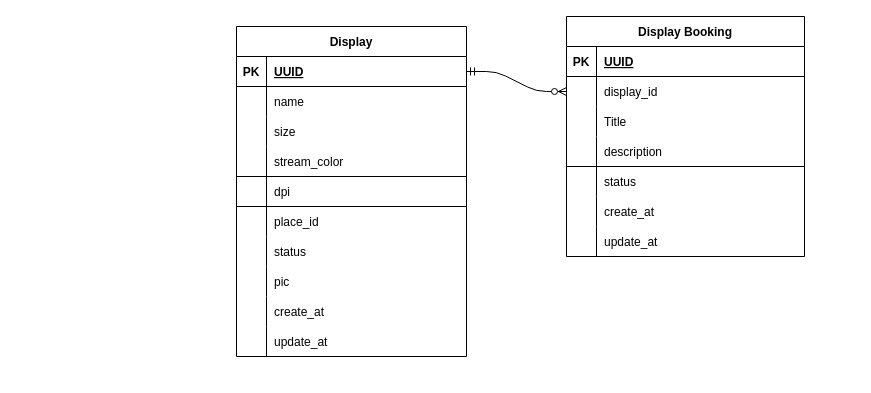
Above: display_er_model.drawio in monosparta/borrow_meetingroom_display (draw.io), before the change. Source tidied: cells renumbered, new cells numbered last; positions are measured from the earlier drawing's top-left corner, leaving out a move shared by most shapes. Both pictures are drawn from the tidied source at 100%, with x=0, y=0 at pixel (236, 16).
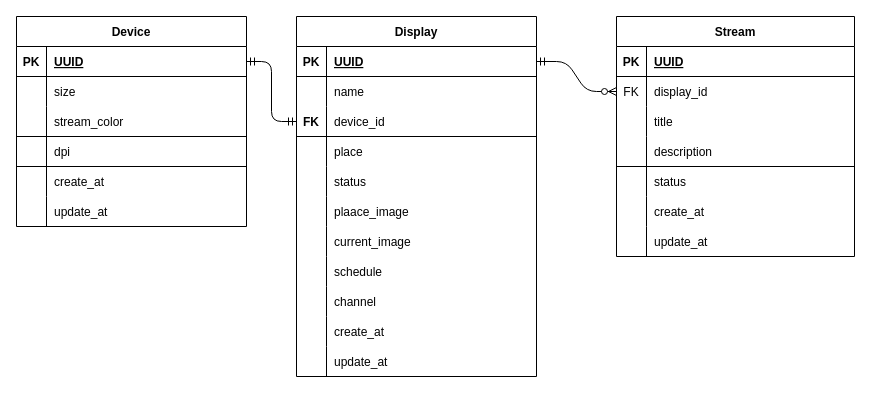
Above is the later version.

Commit message:
fix: 調整er_model

Unchanged cells that the change refers to:
```xml
<mxCell id="6" style="shape=tableRow;horizontal=0;startSize=0;swimlaneHead=0;swimlaneBody=0;fillColor=none;points=[[0,0.5],[1,0.5]];portConstraint=eastwest;top=0;left=0;right=0;bottom=0;fontColor=default;" parent="2" vertex="1">
  <mxGeometry y="60" width="238" height="30" as="geometry" />
</mxCell>
<mxCell id="9" style="shape=tableRow;horizontal=0;startSize=0;swimlaneHead=0;swimlaneBody=0;fillColor=none;top=0;left=0;right=0;bottom=0;fontColor=default;" parent="2" vertex="1">
  <mxGeometry y="90" width="238" height="30" as="geometry" />
</mxCell>
```

Change to the diagram source:
```diff
@@
-    <mxCell id="2" value="Display Booking" style="shape=table;startSize=30;childLayout=tableLayout;rowLines=0;fontStyle=1;align=center;fontColor=default;" parent="1" vertex="1">
-      <mxGeometry x="330" width="238" height="240" as="geometry" />
+    <mxCell id="2" value="Stream" style="shape=table;startSize=30;childLayout=tableLayout;rowLines=0;fontStyle=1;align=center;fontColor=default;" parent="1" vertex="1">
+      <mxGeometry x="380" width="238" height="240" as="geometry" />
     </mxCell>
@@
-    <mxCell id="7" style="shape=partialRectangle;fillColor=none;top=0;left=0;bottom=0;right=0;overflow=hidden;fontColor=default;" parent="6" vertex="1">
+    <mxCell id="7" value="FK" style="shape=partialRectangle;fillColor=none;top=0;left=0;bottom=0;right=0;overflow=hidden;fontColor=default;" parent="6" vertex="1">
       <mxGeometry width="30" height="30" as="geometry" />
     </mxCell>
@@
-    <mxCell id="11" value="Title" style="shape=partialRectangle;fillColor=none;top=0;left=0;bottom=0;right=0;align=left;spacingLeft=6;overflow=hidden;fontColor=default;" parent="9" vertex="1">
+    <mxCell id="11" value="title" style="shape=partialRectangle;fillColor=none;top=0;left=0;bottom=0;right=0;align=left;spacingLeft=6;overflow=hidden;fontColor=default;" parent="9" vertex="1">
       <mxGeometry x="30" width="208" height="30" as="geometry" />
     </mxCell>
@@
     <mxCell id="24" value="Display" style="shape=table;startSize=30;childLayout=tableLayout;rowLines=0;fontStyle=1;align=center;fontColor=default;" parent="1" vertex="1">
-      <mxGeometry y="10" width="230" height="330" as="geometry" />
+      <mxGeometry x="60" width="240" height="360" as="geometry" />
     </mxCell>
     <mxCell id="25" style="shape=tableRow;horizontal=0;startSize=0;swimlaneHead=0;swimlaneBody=0;fillColor=none;points=[[0,0.5],[1,0.5]];portConstraint=eastwest;top=0;left=0;right=0;bottom=1;fontColor=default;" parent="24" vertex="1">
-      <mxGeometry y="30" width="230" height="30" as="geometry" />
+      <mxGeometry y="30" width="240" height="30" as="geometry" />
     </mxCell>
@@
     <mxCell id="27" value="UUID" style="shape=partialRectangle;fillColor=none;top=0;left=0;bottom=0;right=0;align=left;spacingLeft=6;fontStyle=5;overflow=hidden;fontColor=default;" parent="25" vertex="1">
-      <mxGeometry x="30" width="200" height="30" as="geometry" />
+      <mxGeometry x="30" width="210" height="30" as="geometry" />
     </mxCell>
     <mxCell id="28" style="shape=tableRow;horizontal=0;startSize=0;swimlaneHead=0;swimlaneBody=0;fillColor=none;top=0;left=0;right=0;bottom=0;fontColor=default;" parent="24" vertex="1">
-      <mxGeometry y="60" width="230" height="30" as="geometry" />
+      <mxGeometry y="60" width="240" height="30" as="geometry" />
     </mxCell>
@@
     <mxCell id="30" value="name" style="shape=partialRectangle;fillColor=none;top=0;left=0;bottom=0;right=0;align=left;spacingLeft=6;overflow=hidden;fontColor=default;fontStyle=0;" parent="28" vertex="1">
-      <mxGeometry x="30" width="200" height="30" as="geometry" />
+      <mxGeometry x="30" width="210" height="30" as="geometry" />
     </mxCell>
-    <mxCell id="31" style="shape=tableRow;horizontal=0;startSize=0;swimlaneHead=0;swimlaneBody=0;fillColor=none;top=0;left=0;right=0;bottom=0;fontColor=default;" parent="24" vertex="1">
-      <mxGeometry y="90" width="230" height="30" as="geometry" />
-    </mxCell>
-    <mxCell id="32" style="shape=partialRectangle;fillColor=none;top=0;left=0;bottom=0;right=0;overflow=hidden;fontColor=default;" parent="31" vertex="1">
-      <mxGeometry width="30" height="30" as="geometry" />
-    </mxCell>
-    <mxCell id="33" value="size" style="shape=partialRectangle;fillColor=none;top=0;left=0;bottom=0;right=0;align=left;spacingLeft=6;overflow=hidden;fontColor=default;" parent="31" vertex="1">
-      <mxGeometry x="30" width="200" height="30" as="geometry" />
-    </mxCell>
-    <mxCell id="34" style="shape=tableRow;horizontal=0;startSize=0;swimlaneHead=0;swimlaneBody=0;fillColor=none;top=0;left=0;right=0;bottom=1;fontColor=default;" parent="24" vertex="1">
-      <mxGeometry y="120" width="230" height="30" as="geometry" />
-    </mxCell>
-    <mxCell id="35" style="shape=partialRectangle;fillColor=none;top=0;left=0;bottom=0;right=0;fontStyle=1;overflow=hidden;fontColor=default;" parent="34" vertex="1">
-      <mxGeometry width="30" height="30" as="geometry" />
-    </mxCell>
-    <mxCell id="36" value="stream_color" style="shape=partialRectangle;fillColor=none;top=0;left=0;bottom=0;right=0;align=left;spacingLeft=6;fontStyle=0;overflow=hidden;fontColor=default;" parent="34" vertex="1">
-      <mxGeometry x="30" width="200" height="30" as="geometry" />
-    </mxCell>
     <mxCell id="37" style="shape=tableRow;horizontal=0;startSize=0;swimlaneHead=0;swimlaneBody=0;fillColor=none;points=[[0,0.5],[1,0.5]];portConstraint=eastwest;top=0;left=0;right=0;bottom=1;fontColor=default;" parent="24" vertex="1">
-      <mxGeometry y="150" width="230" height="30" as="geometry" />
+      <mxGeometry y="90" width="240" height="30" as="geometry" />
     </mxCell>
-    <mxCell id="38" style="shape=partialRectangle;fillColor=none;top=0;left=0;bottom=0;right=0;fontStyle=1;overflow=hidden;fontColor=default;" parent="37" vertex="1">
+    <mxCell id="38" value="FK" style="shape=partialRectangle;fillColor=none;top=0;left=0;bottom=0;right=0;fontStyle=1;overflow=hidden;fontColor=default;" parent="37" vertex="1">
       <mxGeometry width="30" height="30" as="geometry" />
     </mxCell>
-    <mxCell id="39" value="dpi" style="shape=partialRectangle;fillColor=none;top=0;left=0;bottom=0;right=0;align=left;spacingLeft=6;fontStyle=0;overflow=hidden;fontColor=default;" parent="37" vertex="1">
-      <mxGeometry x="30" width="200" height="30" as="geometry" />
+    <mxCell id="39" value="device_id" style="shape=partialRectangle;fillColor=none;top=0;left=0;bottom=0;right=0;align=left;spacingLeft=6;fontStyle=0;overflow=hidden;fontColor=default;" parent="37" vertex="1">
+      <mxGeometry x="30" width="210" height="30" as="geometry" />
     </mxCell>
     <mxCell id="40" style="shape=tableRow;horizontal=0;startSize=0;swimlaneHead=0;swimlaneBody=0;fillColor=none;top=0;left=0;right=0;bottom=0;fontColor=default;" parent="24" vertex="1">
-      <mxGeometry y="180" width="230" height="30" as="geometry" />
+      <mxGeometry y="120" width="240" height="30" as="geometry" />
     </mxCell>
@@
-    <mxCell id="42" value="place_id" style="shape=partialRectangle;fillColor=none;top=0;left=0;bottom=0;right=0;align=left;spacingLeft=6;overflow=hidden;fontColor=default;" parent="40" vertex="1">
-      <mxGeometry x="30" width="200" height="30" as="geometry" />
+    <mxCell id="42" value="place" style="shape=partialRectangle;fillColor=none;top=0;left=0;bottom=0;right=0;align=left;spacingLeft=6;overflow=hidden;fontColor=default;" parent="40" vertex="1">
+      <mxGeometry x="30" width="210" height="30" as="geometry" />
     </mxCell>
     <mxCell id="43" style="shape=tableRow;horizontal=0;startSize=0;swimlaneHead=0;swimlaneBody=0;fillColor=none;top=0;left=0;right=0;bottom=0;fontColor=default;" parent="24" vertex="1">
-      <mxGeometry y="210" width="230" height="30" as="geometry" />
+      <mxGeometry y="150" width="240" height="30" as="geometry" />
     </mxCell>
@@
     <mxCell id="45" value="status" style="shape=partialRectangle;fillColor=none;top=0;left=0;bottom=0;right=0;align=left;spacingLeft=6;overflow=hidden;strokeColor=#FF0000;fontColor=default;" parent="43" vertex="1">
-      <mxGeometry x="30" width="200" height="30" as="geometry" />
+      <mxGeometry x="30" width="210" height="30" as="geometry" />
     </mxCell>
     <mxCell id="46" style="shape=tableRow;horizontal=0;startSize=0;swimlaneHead=0;swimlaneBody=0;fillColor=none;top=0;left=0;right=0;bottom=0;fontColor=default;" parent="24" vertex="1">
-      <mxGeometry y="240" width="230" height="30" as="geometry" />
+      <mxGeometry y="180" width="240" height="30" as="geometry" />
     </mxCell>
@@
-    <mxCell id="48" value="pic" style="shape=partialRectangle;fillColor=none;top=0;left=0;bottom=0;right=0;align=left;spacingLeft=6;overflow=hidden;strokeColor=#FF0000;fontColor=default;" parent="46" vertex="1">
-      <mxGeometry x="30" width="200" height="30" as="geometry" />
+    <mxCell id="48" value="plaace_image" style="shape=partialRectangle;fillColor=none;top=0;left=0;bottom=0;right=0;align=left;spacingLeft=6;overflow=hidden;strokeColor=#FF0000;fontColor=default;" parent="46" vertex="1">
+      <mxGeometry x="30" width="210" height="30" as="geometry" />
     </mxCell>
+    <mxCell id="56" style="shape=tableRow;horizontal=0;startSize=0;swimlaneHead=0;swimlaneBody=0;fillColor=none;top=0;left=0;right=0;bottom=0;fontColor=default;" parent="24" vertex="1">
+      <mxGeometry y="210" width="240" height="30" as="geometry" />
+    </mxCell>
+    <mxCell id="57" style="shape=partialRectangle;fillColor=none;top=0;left=0;bottom=0;right=0;overflow=hidden;fontColor=default;" parent="56" vertex="1">
+      <mxGeometry width="30" height="30" as="geometry" />
+    </mxCell>
+    <mxCell id="58" value="current_image" style="shape=partialRectangle;fillColor=none;top=0;left=0;bottom=0;right=0;align=left;spacingLeft=6;overflow=hidden;strokeColor=#FF0000;fontColor=default;" parent="56" vertex="1">
+      <mxGeometry x="30" width="210" height="30" as="geometry" />
+    </mxCell>
+    <mxCell id="59" style="shape=tableRow;horizontal=0;startSize=0;swimlaneHead=0;swimlaneBody=0;fillColor=none;top=0;left=0;right=0;bottom=0;fontColor=default;" parent="24" vertex="1">
+      <mxGeometry y="240" width="240" height="30" as="geometry" />
+    </mxCell>
+    <mxCell id="60" style="shape=partialRectangle;fillColor=none;top=0;left=0;bottom=0;right=0;overflow=hidden;fontColor=default;" parent="59" vertex="1">
+      <mxGeometry width="30" height="30" as="geometry" />
+    </mxCell>
+    <mxCell id="61" value="schedule" style="shape=partialRectangle;fillColor=none;top=0;left=0;bottom=0;right=0;align=left;spacingLeft=6;overflow=hidden;strokeColor=#FF0000;fontColor=default;" parent="59" vertex="1">
+      <mxGeometry x="30" width="210" height="30" as="geometry" />
+    </mxCell>
+    <mxCell id="62" style="shape=tableRow;horizontal=0;startSize=0;swimlaneHead=0;swimlaneBody=0;fillColor=none;top=0;left=0;right=0;bottom=0;fontColor=default;" parent="24" vertex="1">
+      <mxGeometry y="270" width="240" height="30" as="geometry" />
+    </mxCell>
+    <mxCell id="63" style="shape=partialRectangle;fillColor=none;top=0;left=0;bottom=0;right=0;overflow=hidden;fontColor=default;" parent="62" vertex="1">
+      <mxGeometry width="30" height="30" as="geometry" />
+    </mxCell>
+    <mxCell id="64" value="channel" style="shape=partialRectangle;fillColor=none;top=0;left=0;bottom=0;right=0;align=left;spacingLeft=6;overflow=hidden;strokeColor=#FF0000;fontColor=default;" parent="62" vertex="1">
+      <mxGeometry x="30" width="210" height="30" as="geometry" />
+    </mxCell>
     <mxCell id="49" style="shape=tableRow;horizontal=0;startSize=0;swimlaneHead=0;swimlaneBody=0;fillColor=none;top=0;left=0;right=0;bottom=0;fontColor=default;" parent="24" vertex="1">
-      <mxGeometry y="270" width="230" height="30" as="geometry" />
+      <mxGeometry y="300" width="240" height="30" as="geometry" />
     </mxCell>
@@
     <mxCell id="51" value="create_at" style="shape=partialRectangle;fillColor=none;top=0;left=0;bottom=0;right=0;align=left;spacingLeft=6;overflow=hidden;strokeColor=#FF0000;fontColor=default;" parent="49" vertex="1">
-      <mxGeometry x="30" width="200" height="30" as="geometry" />
+      <mxGeometry x="30" width="210" height="30" as="geometry" />
     </mxCell>
     <mxCell id="52" style="shape=tableRow;horizontal=0;startSize=0;swimlaneHead=0;swimlaneBody=0;fillColor=none;top=0;left=0;right=0;bottom=0;fontColor=default;" parent="24" vertex="1">
-      <mxGeometry y="300" width="230" height="30" as="geometry" />
+      <mxGeometry y="330" width="240" height="30" as="geometry" />
     </mxCell>
@@
     <mxCell id="54" value="update_at" style="shape=partialRectangle;fillColor=none;top=0;left=0;bottom=0;right=0;align=left;spacingLeft=6;overflow=hidden;strokeColor=#FF0000;fontColor=default;" parent="52" vertex="1">
-      <mxGeometry x="30" width="200" height="30" as="geometry" />
+      <mxGeometry x="30" width="210" height="30" as="geometry" />
     </mxCell>
@@
+    <mxCell id="65" value="Device" style="shape=table;startSize=30;childLayout=tableLayout;rowLines=0;fontStyle=1;align=center;fontColor=default;" parent="1" vertex="1">
+      <mxGeometry x="-220" width="230" height="210" as="geometry" />
+    </mxCell>
+    <mxCell id="66" style="shape=tableRow;horizontal=0;startSize=0;swimlaneHead=0;swimlaneBody=0;fillColor=none;points=[[0,0.5],[1,0.5]];portConstraint=eastwest;top=0;left=0;right=0;bottom=1;fontColor=default;" parent="65" vertex="1">
+      <mxGeometry y="30" width="230" height="30" as="geometry" />
+    </mxCell>
+    <mxCell id="67" value="PK" style="shape=partialRectangle;fillColor=none;top=0;left=0;bottom=0;right=0;fontStyle=1;overflow=hidden;fontColor=default;" parent="66" vertex="1">
+      <mxGeometry width="30" height="30" as="geometry" />
+    </mxCell>
+    <mxCell id="68" value="UUID" style="shape=partialRectangle;fillColor=none;top=0;left=0;bottom=0;right=0;align=left;spacingLeft=6;fontStyle=5;overflow=hidden;fontColor=default;" parent="66" vertex="1">
+      <mxGeometry x="30" width="200" height="30" as="geometry" />
+    </mxCell>
+    <mxCell id="69" style="shape=tableRow;horizontal=0;startSize=0;swimlaneHead=0;swimlaneBody=0;fillColor=none;top=0;left=0;right=0;bottom=0;fontColor=default;" parent="65" vertex="1">
+      <mxGeometry y="60" width="230" height="30" as="geometry" />
+    </mxCell>
+    <mxCell id="70" style="shape=partialRectangle;fillColor=none;top=0;left=0;bottom=0;right=0;overflow=hidden;fontColor=default;" parent="69" vertex="1">
+      <mxGeometry width="30" height="30" as="geometry" />
+    </mxCell>
+    <mxCell id="33" value="size" style="shape=partialRectangle;fillColor=none;top=0;left=0;bottom=0;right=0;align=left;spacingLeft=6;overflow=hidden;fontColor=default;" parent="69" vertex="1">
+      <mxGeometry x="30" width="200" height="30" as="geometry" />
+    </mxCell>
+    <mxCell id="71" style="shape=tableRow;horizontal=0;startSize=0;swimlaneHead=0;swimlaneBody=0;fillColor=none;top=0;left=0;right=0;bottom=1;fontColor=default;" parent="65" vertex="1">
+      <mxGeometry y="90" width="230" height="30" as="geometry" />
+    </mxCell>
+    <mxCell id="72" style="shape=partialRectangle;fillColor=none;top=0;left=0;bottom=0;right=0;fontStyle=1;overflow=hidden;fontColor=default;" parent="71" vertex="1">
+      <mxGeometry width="30" height="30" as="geometry" />
+    </mxCell>
+    <mxCell id="36" value="stream_color" style="shape=partialRectangle;fillColor=none;top=0;left=0;bottom=0;right=0;align=left;spacingLeft=6;fontStyle=0;overflow=hidden;fontColor=default;" parent="71" vertex="1">
+      <mxGeometry x="30" width="200" height="30" as="geometry" />
+    </mxCell>
+    <mxCell id="34" style="shape=tableRow;horizontal=0;startSize=0;swimlaneHead=0;swimlaneBody=0;fillColor=none;top=0;left=0;right=0;bottom=1;fontColor=default;" parent="65" vertex="1">
+      <mxGeometry y="120" width="230" height="30" as="geometry" />
+    </mxCell>
+    <mxCell id="73" style="shape=partialRectangle;fillColor=none;top=0;left=0;bottom=0;right=0;fontStyle=1;overflow=hidden;fontColor=default;" parent="34" vertex="1">
+      <mxGeometry width="30" height="30" as="geometry" />
+    </mxCell>
+    <mxCell id="74" value="dpi" style="shape=partialRectangle;fillColor=none;top=0;left=0;bottom=0;right=0;align=left;spacingLeft=6;fontStyle=0;overflow=hidden;fontColor=default;" parent="34" vertex="1">
+      <mxGeometry x="30" width="200" height="30" as="geometry" />
+    </mxCell>
+    <mxCell id="75" style="shape=tableRow;horizontal=0;startSize=0;swimlaneHead=0;swimlaneBody=0;fillColor=none;top=0;left=0;right=0;bottom=0;fontColor=default;" parent="65" vertex="1">
+      <mxGeometry y="150" width="230" height="30" as="geometry" />
+    </mxCell>
+    <mxCell id="76" style="shape=partialRectangle;fillColor=none;top=0;left=0;bottom=0;right=0;overflow=hidden;fontColor=default;" parent="75" vertex="1">
+      <mxGeometry width="30" height="30" as="geometry" />
+    </mxCell>
+    <mxCell id="77" value="create_at" style="shape=partialRectangle;fillColor=none;top=0;left=0;bottom=0;right=0;align=left;spacingLeft=6;overflow=hidden;strokeColor=#FF0000;fontColor=default;" parent="75" vertex="1">
+      <mxGeometry x="30" width="200" height="30" as="geometry" />
+    </mxCell>
+    <mxCell id="78" style="shape=tableRow;horizontal=0;startSize=0;swimlaneHead=0;swimlaneBody=0;fillColor=none;top=0;left=0;right=0;bottom=0;fontColor=default;" parent="65" vertex="1">
+      <mxGeometry y="180" width="230" height="30" as="geometry" />
+    </mxCell>
+    <mxCell id="79" style="shape=partialRectangle;fillColor=none;top=0;left=0;bottom=0;right=0;overflow=hidden;fontColor=default;" parent="78" vertex="1">
+      <mxGeometry width="30" height="30" as="geometry" />
+    </mxCell>
+    <mxCell id="80" value="update_at" style="shape=partialRectangle;fillColor=none;top=0;left=0;bottom=0;right=0;align=left;spacingLeft=6;overflow=hidden;strokeColor=#FF0000;fontColor=default;" parent="78" vertex="1">
+      <mxGeometry x="30" width="200" height="30" as="geometry" />
+    </mxCell>
+    <mxCell id="81" style="edgeStyle=orthogonalEdgeStyle;html=1;exitX=1;exitY=0.5;exitDx=0;exitDy=0;entryX=0;entryY=0.5;entryDx=0;entryDy=0;startArrow=ERmandOne;startFill=0;endArrow=ERmandOne;endFill=0;" parent="1" edge="1" source="66" target="37">
+      <mxGeometry relative="1" as="geometry" />
+    </mxCell>
```
